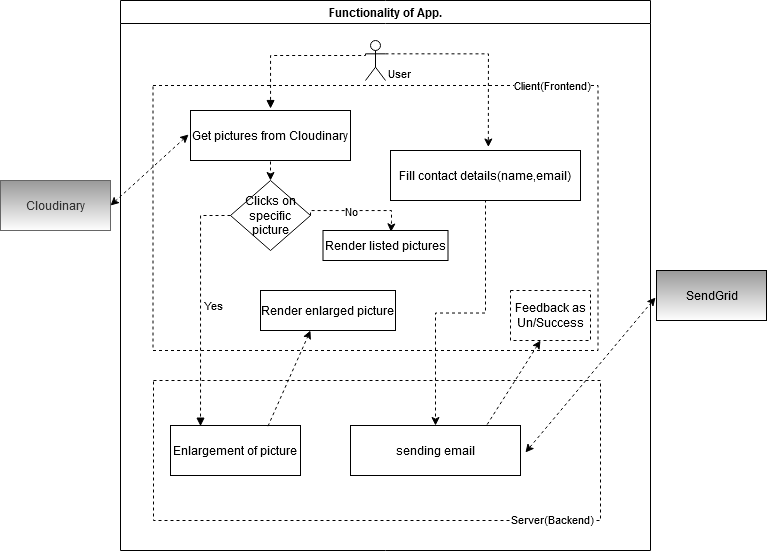
Earlier version of the draw.io export Diagram2st.drawio.png (Dan88Hus/DLBCSPJWD01). Source tidied: cells renumbered, new cells last; positions are measured from the earlier drawing's top-left corner, leaving out a move shared by most shapes.
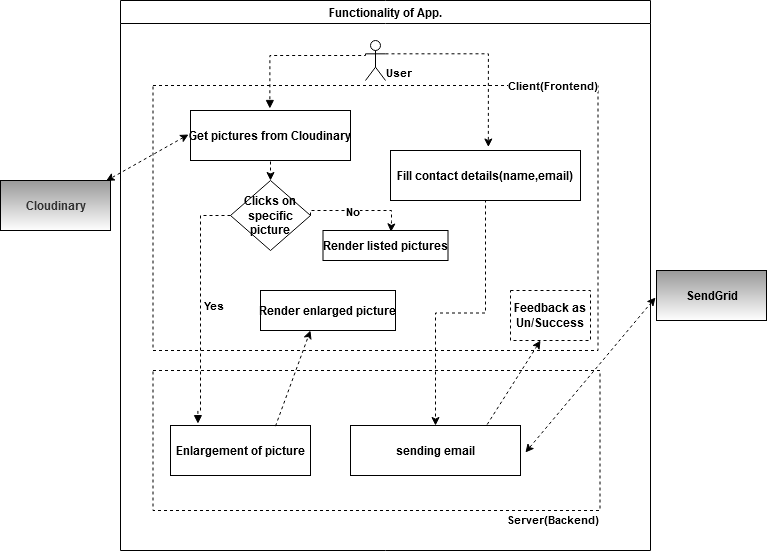
The same diagram one commit later.

What changed in the source:
```diff
@@ -2,36 +2,36 @@
   <root>
     <mxCell id="0" />
     <mxCell id="1" parent="0" />
-    <mxCell id="2" value="Functionality of App." style="swimlane;whiteSpace=wrap;startSize=23;" parent="1" vertex="1">
+    <mxCell id="2" value="Functionality of App." style="swimlane;whiteSpace=wrap;startSize=23;fontStyle=1;" parent="1" vertex="1">
       <mxGeometry x="120" width="530" height="550" as="geometry" />
     </mxCell>
-    <mxCell id="3" style="rounded=0;whiteSpace=wrap;html=1;strokeColor=default;fillColor=none;dashed=1;" parent="2" vertex="1">
-      <mxGeometry x="33" y="380" width="447" height="140" as="geometry" />
+    <mxCell id="3" style="rounded=0;whiteSpace=wrap;html=1;strokeColor=default;fillColor=none;dashed=1;fontStyle=1;" parent="2" vertex="1">
+      <mxGeometry x="32.5" y="370" width="447" height="140" as="geometry" />
     </mxCell>
-    <mxCell id="4" style="rounded=0;whiteSpace=wrap;html=1;fillColor=none;dashed=1;" parent="2" vertex="1">
+    <mxCell id="4" style="rounded=0;whiteSpace=wrap;html=1;fillColor=none;dashed=1;fontStyle=1;" parent="2" vertex="1">
       <mxGeometry x="32.5" y="85" width="445" height="265" as="geometry" />
     </mxCell>
-    <mxCell id="5" value="Enlargement of picture" parent="2" vertex="1">
-      <mxGeometry x="50" y="425" width="130" height="50" as="geometry" />
+    <mxCell id="5" value="Enlargement of picture" style="fontStyle=1;" parent="2" vertex="1">
+      <mxGeometry x="50" y="425" width="140" height="50" as="geometry" />
     </mxCell>
-    <mxCell id="6" value="Render enlarged picture" parent="2" vertex="1">
+    <mxCell id="6" value="Render enlarged picture" style="fontStyle=1;" parent="2" vertex="1">
       <mxGeometry x="140" y="290" width="135" height="40" as="geometry" />
     </mxCell>
-    <mxCell id="7" value="Get pictures from Cloudinary" parent="2" vertex="1">
+    <mxCell id="7" value="Get pictures from Cloudinary" style="fontStyle=1;" parent="2" vertex="1">
       <mxGeometry x="70" y="110" width="160" height="50" as="geometry" />
     </mxCell>
-    <mxCell id="8" style="endArrow=classic;html=1;rounded=0;entryX=0.5;entryY=0;entryDx=0;entryDy=0;exitX=0.5;exitY=1.02;exitDx=0;exitDy=0;exitPerimeter=0;dashed=1;" parent="2" edge="1" source="7" target="13">
+    <mxCell id="8" style="endArrow=classic;html=1;rounded=0;entryX=0.5;entryY=0;entryDx=0;entryDy=0;exitX=0.5;exitY=1.02;exitDx=0;exitDy=0;exitPerimeter=0;dashed=1;fontStyle=1;" parent="2" edge="1" source="7" target="13">
       <mxGeometry relative="1" as="geometry" />
     </mxCell>
-    <mxCell id="9" style="edgeStyle=orthogonalEdgeStyle;rounded=0;jettySize=auto;html=1;exitX=1;exitY=0.3333333333333333;exitDx=0;exitDy=0;entryX=0.515;entryY=-0.07;entryDx=0;entryDy=0;dashed=1;exitPerimeter=0;entryPerimeter=0;" parent="2" edge="1" source="20" target="18">
+    <mxCell id="9" style="edgeStyle=orthogonalEdgeStyle;rounded=0;jettySize=auto;html=1;exitX=1;exitY=0.3333333333333333;exitDx=0;exitDy=0;entryX=0.515;entryY=-0.07;entryDx=0;entryDy=0;dashed=1;exitPerimeter=0;entryPerimeter=0;fontStyle=1;" parent="2" edge="1" source="20" target="18">
       <mxGeometry relative="1" as="geometry" />
     </mxCell>
-    <mxCell id="10" value="User" style="edgeLabel;html=1;align=center;verticalAlign=middle;rotation=0;" parent="2" vertex="1">
+    <mxCell id="10" value="User" style="edgeLabel;html=1;align=center;verticalAlign=middle;rotation=0;fontStyle=1;" parent="2" vertex="1">
       <mxGeometry x="320" y="70" as="geometry">
         <mxPoint x="-42" y="2" as="offset" />
       </mxGeometry>
     </mxCell>
-    <mxCell id="11" style="edgeStyle=orthogonalEdgeStyle;rounded=0;jettySize=auto;html=1;exitX=1;exitY=0.5;exitDx=0;exitDy=0;entryX=0.544;entryY=0.046;entryDx=0;entryDy=0;entryPerimeter=0;dashed=1;" parent="2" edge="1" source="13" target="16">
+    <mxCell id="11" style="edgeStyle=orthogonalEdgeStyle;rounded=0;jettySize=auto;html=1;exitX=1;exitY=0.5;exitDx=0;exitDy=0;entryX=0.544;entryY=0.046;entryDx=0;entryDy=0;entryPerimeter=0;dashed=1;fontStyle=1;" parent="2" edge="1" source="13" target="16">
       <mxGeometry relative="1" as="geometry">
         <Array as="points">
           <mxPoint x="190" y="210" />
@@ -40,15 +40,15 @@
         </Array>
       </mxGeometry>
     </mxCell>
-    <mxCell id="12" value="No" style="edgeLabel;html=1;align=center;verticalAlign=middle;" parent="11" vertex="1">
+    <mxCell id="12" value="No" style="edgeLabel;html=1;align=center;verticalAlign=middle;fontStyle=1;" parent="11" vertex="1">
       <mxGeometry x="-0.67" relative="1" as="geometry">
         <mxPoint x="28" as="offset" />
       </mxGeometry>
     </mxCell>
-    <mxCell id="13" value="Clicks on specific picture" style="rhombus;whiteSpace=wrap;html=1;" parent="2" vertex="1">
+    <mxCell id="13" value="Clicks on specific picture" style="rhombus;whiteSpace=wrap;html=1;fontStyle=1;" parent="2" vertex="1">
       <mxGeometry x="110" y="180" width="80" height="70" as="geometry" />
     </mxCell>
-    <mxCell id="14" style="edgeStyle=orthogonalEdgeStyle;html=1;align=left;spacingLeft=2;endArrow=block;rounded=0;entryX=0.496;entryY=-0.04;exitX=0;exitY=0.3333333333333333;exitDx=0;exitDy=0;entryDx=0;entryDy=0;entryPerimeter=0;dashed=1;exitPerimeter=0;" parent="2" edge="1" source="20" target="7">
+    <mxCell id="14" style="edgeStyle=orthogonalEdgeStyle;html=1;align=left;spacingLeft=2;endArrow=block;rounded=0;entryX=0.496;entryY=-0.04;exitX=0;exitY=0.3333333333333333;exitDx=0;exitDy=0;entryDx=0;entryDy=0;entryPerimeter=0;dashed=1;exitPerimeter=0;fontStyle=1;" parent="2" edge="1" source="20" target="7">
       <mxGeometry relative="1" as="geometry">
         <Array as="points">
           <mxPoint x="245" y="55" />
@@ -57,57 +57,59 @@
         </Array>
       </mxGeometry>
     </mxCell>
-    <mxCell id="15" value="Yes" style="edgeStyle=orthogonalEdgeStyle;html=1;align=left;spacingLeft=2;endArrow=block;rounded=0;exitX=0;exitY=0.5;exitDx=0;exitDy=0;dashed=1;entryX=0.231;entryY=0.013;entryDx=0;entryDy=0;entryPerimeter=0;" parent="2" edge="1" source="13" target="5">
+    <mxCell id="15" value="Yes" style="edgeStyle=orthogonalEdgeStyle;html=1;align=left;spacingLeft=2;endArrow=block;rounded=0;exitX=0;exitY=0.5;exitDx=0;exitDy=0;dashed=1;fontStyle=1;entryX=0.196;entryY=-0.037;entryDx=0;entryDy=0;entryPerimeter=0;" parent="2" edge="1" source="13" target="5">
       <mxGeometry relative="1" as="geometry">
         <Array as="points">
           <mxPoint x="80" y="215" />
+          <mxPoint x="80" y="410" />
+          <mxPoint x="77" y="410" />
         </Array>
       </mxGeometry>
     </mxCell>
-    <mxCell id="16" value="Render listed pictures" parent="2" vertex="1">
+    <mxCell id="16" value="Render listed pictures" style="fontStyle=1;" parent="2" vertex="1">
       <mxGeometry x="202.5" y="230" width="125" height="30" as="geometry" />
     </mxCell>
-    <mxCell id="17" style="edgeStyle=orthogonalEdgeStyle;rounded=0;jettySize=auto;html=1;entryX=0.5;entryY=0;entryDx=0;entryDy=0;entryPerimeter=0;dashed=1;" parent="2" edge="1" source="18" target="19">
+    <mxCell id="17" style="edgeStyle=orthogonalEdgeStyle;rounded=0;jettySize=auto;html=1;entryX=0.5;entryY=0;entryDx=0;entryDy=0;entryPerimeter=0;dashed=1;fontStyle=1;" parent="2" edge="1" source="18" target="19">
       <mxGeometry relative="1" as="geometry" />
     </mxCell>
-    <mxCell id="18" value="Fill contact details(name,email)" parent="2" vertex="1">
+    <mxCell id="18" value="Fill contact details(name,email)" style="fontStyle=1;" parent="2" vertex="1">
       <mxGeometry x="270" y="150" width="190" height="50" as="geometry" />
     </mxCell>
-    <mxCell id="19" value="sending email" parent="2" vertex="1">
+    <mxCell id="19" value="sending email" style="fontStyle=1;" parent="2" vertex="1">
       <mxGeometry x="230" y="425" width="170" height="50" as="geometry" />
     </mxCell>
-    <mxCell id="20" style="shape=umlActor;verticalLabelPosition=bottom;verticalAlign=top;html=1;outlineConnect=0;fillColor=none;strokeColor=default;" parent="2" vertex="1">
+    <mxCell id="20" style="shape=umlActor;verticalLabelPosition=bottom;verticalAlign=top;html=1;outlineConnect=0;fillColor=none;strokeColor=default;fontStyle=1;" parent="2" vertex="1">
       <mxGeometry x="245" y="40" width="20" height="40" as="geometry" />
     </mxCell>
-    <mxCell id="21" value="Client(Frontend)" style="edgeLabel;html=1;align=center;verticalAlign=middle;" parent="2" vertex="1">
+    <mxCell id="21" value="Client(Frontend)" style="edgeLabel;html=1;align=center;verticalAlign=middle;fontStyle=1;" parent="2" vertex="1">
       <mxGeometry x="265" y="200" as="geometry">
         <mxPoint x="166" y="-116" as="offset" />
       </mxGeometry>
     </mxCell>
-    <mxCell id="22" style="endArrow=classic;startArrow=none;html=1;rounded=0;exitX=0.75;exitY=0.013;exitDx=0;exitDy=0;exitPerimeter=0;entryX=0.37;entryY=1;entryDx=0;entryDy=0;entryPerimeter=0;dashed=1;startFill=0;" parent="2" edge="1" source="5" target="6">
+    <mxCell id="22" style="endArrow=classic;startArrow=none;html=1;rounded=0;exitX=0.75;exitY=0.013;exitDx=0;exitDy=0;exitPerimeter=0;entryX=0.37;entryY=1;entryDx=0;entryDy=0;entryPerimeter=0;dashed=1;startFill=0;fontStyle=1;" parent="2" edge="1" source="5" target="6">
       <mxGeometry relative="1" as="geometry" />
     </mxCell>
-    <mxCell id="23" value="Server(Backend)" style="edgeLabel;html=1;align=center;verticalAlign=middle;" parent="2" vertex="1">
+    <mxCell id="23" value="Server(Backend)" style="edgeLabel;html=1;align=center;verticalAlign=middle;fontStyle=1;" parent="2" vertex="1">
       <mxGeometry x="265" y="634" as="geometry">
         <mxPoint x="166" y="-116" as="offset" />
       </mxGeometry>
     </mxCell>
-    <mxCell id="24" value="Feedback as Un/Success" style="rounded=0;whiteSpace=wrap;html=1;dashed=1;strokeColor=default;fillColor=none;" parent="2" vertex="1">
+    <mxCell id="24" value="Feedback as Un/Success" style="rounded=0;whiteSpace=wrap;html=1;dashed=1;strokeColor=default;fillColor=none;fontStyle=1;" parent="2" vertex="1">
       <mxGeometry x="390" y="290" width="80" height="50" as="geometry" />
     </mxCell>
-    <mxCell id="25" style="endArrow=classic;startArrow=none;html=1;rounded=0;dashed=1;startFill=0;entryX=0.375;entryY=1;entryDx=0;entryDy=0;entryPerimeter=0;exitX=0.804;exitY=-0.02;exitDx=0;exitDy=0;exitPerimeter=0;" parent="2" edge="1" source="19" target="24">
+    <mxCell id="25" style="endArrow=classic;startArrow=none;html=1;rounded=0;dashed=1;startFill=0;entryX=0.375;entryY=1;entryDx=0;entryDy=0;entryPerimeter=0;exitX=0.804;exitY=-0.02;exitDx=0;exitDy=0;exitPerimeter=0;fontStyle=1;" parent="2" edge="1" source="19" target="24">
       <mxGeometry relative="1" as="geometry" />
     </mxCell>
-    <mxCell id="26" value="Cloudinary" style="html=1;fillColor=#999999;strokeColor=#666666;fontColor=#333333;gradientColor=#ffffff;" parent="1" vertex="1">
+    <mxCell id="26" value="Cloudinary" style="html=1;fillColor=#999999;strokeColor=#000000;fontColor=#333333;gradientColor=#ffffff;fontStyle=1;" parent="1" vertex="1">
       <mxGeometry y="180" width="110" height="50" as="geometry" />
     </mxCell>
-    <mxCell id="27" style="endArrow=classic;startArrow=classic;html=1;rounded=1;exitX=-0.012;exitY=0.48;exitDx=0;exitDy=0;exitPerimeter=0;strokeColor=default;shadow=0;sketch=0;dashed=1;entryX=1;entryY=0.5;entryDx=0;entryDy=0;" parent="1" edge="1" source="7" target="26">
+    <mxCell id="27" style="endArrow=classic;startArrow=classic;html=1;rounded=1;exitX=-0.012;exitY=0.48;exitDx=0;exitDy=0;exitPerimeter=0;strokeColor=default;shadow=0;sketch=0;dashed=1;entryX=0.96;entryY=0.008;entryDx=0;entryDy=0;fontStyle=1;entryPerimeter=0;" parent="1" edge="1" source="7" target="26">
       <mxGeometry relative="1" as="geometry" />
     </mxCell>
-    <mxCell id="28" value="SendGrid" style="html=1;fillColor=#999999;gradientColor=#ffffff;" parent="1" vertex="1">
+    <mxCell id="28" value="SendGrid" style="html=1;fillColor=#999999;gradientColor=#ffffff;fontStyle=1;" parent="1" vertex="1">
       <mxGeometry x="656" y="270" width="110" height="50" as="geometry" />
     </mxCell>
-    <mxCell id="29" style="endArrow=classic;startArrow=classic;html=1;rounded=0;exitX=-0.009;exitY=0.54;exitDx=0;exitDy=0;entryX=1.029;entryY=0.54;entryDx=0;entryDy=0;exitPerimeter=0;entryPerimeter=0;dashed=1;" parent="1" edge="1" source="28" target="19">
+    <mxCell id="29" style="endArrow=classic;startArrow=classic;html=1;rounded=0;exitX=-0.009;exitY=0.54;exitDx=0;exitDy=0;entryX=1.029;entryY=0.54;entryDx=0;entryDy=0;exitPerimeter=0;entryPerimeter=0;dashed=1;fontStyle=1;" parent="1" edge="1" source="28" target="19">
       <mxGeometry relative="1" as="geometry" />
     </mxCell>
   </root>
```
